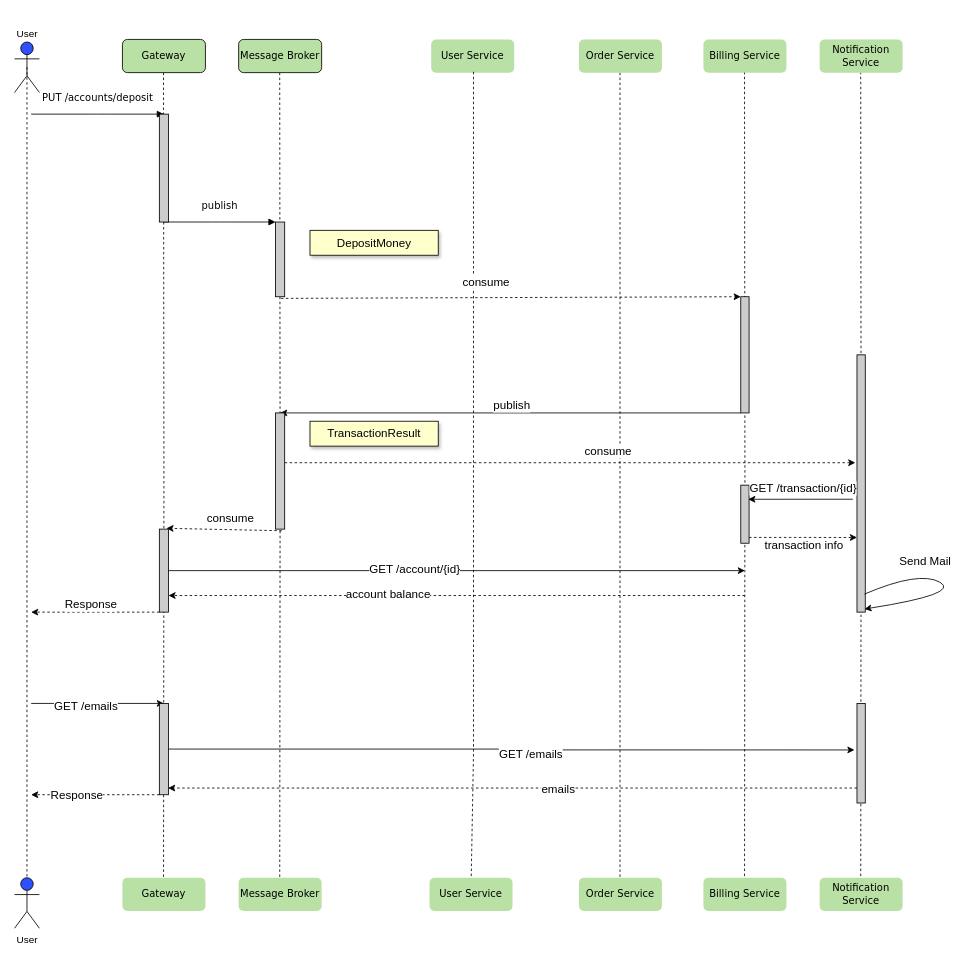
This is page "DepositMoney" (3 of 3) of lab6StreamProcessing/api-spec/event-notifications/EventNotifications.drawio from ezotovCarX/zotov-otus-lab, a draw.io file, before an edit. Source tidied: cells renumbered, new cells numbered last; positions are measured from the earlier drawing's top-left corner, leaving out a move shared by most shapes. Both pictures are drawn from the tidied source at 83%, with x=0, y=0 at pixel (14, 14).
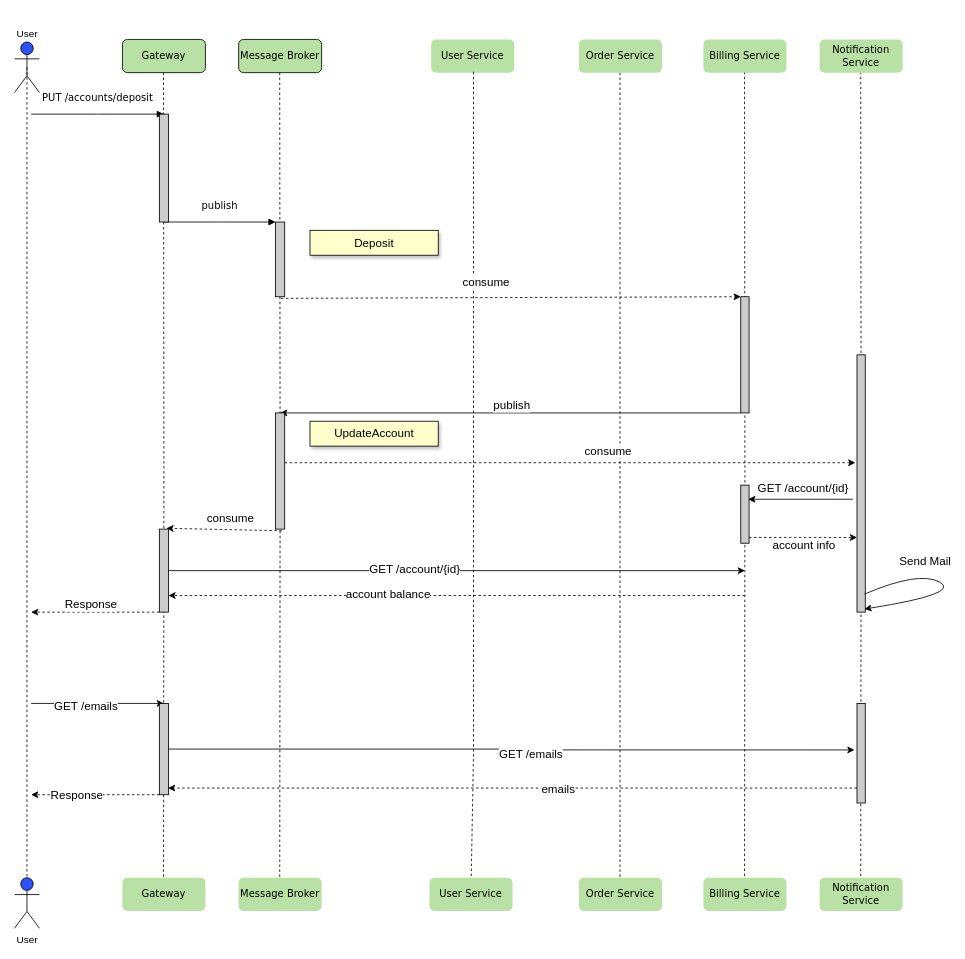
The same page after the edit.

Unchanged cells that the change refers to:
```xml
<mxCell id="42" style="endArrow=classic;html=1;fontSize=14;entryX=0.9;entryY=0.243;entryDx=0;entryDy=0;entryPerimeter=0;" parent="1" edge="1" target="41">
  <mxGeometry relative="1" as="geometry">
    <mxPoint x="1010" y="584" as="sourcePoint" />
  </mxGeometry>
</mxCell>
<mxCell id="44" style="endArrow=classic;html=1;fontSize=14;entryX=0;entryY=0.71;entryDx=0;entryDy=0;entryPerimeter=0;dashed=1;" parent="1" edge="1" source="41" target="7">
  <mxGeometry relative="1" as="geometry">
    <Array as="points">
      <mxPoint x="940" y="630" />
    </Array>
  </mxGeometry>
</mxCell>
```

Diff of the diagram source:
```diff
@@
-    <mxCell id="24" value="DepositMoney" style="rounded=0;whiteSpace=wrap;html=1;shadow=1;fontSize=14;strokeColor=#000000;fillColor=#FFFFCC;" parent="1" vertex="1">
+    <mxCell id="24" value="Deposit" style="rounded=0;whiteSpace=wrap;html=1;shadow=1;fontSize=14;strokeColor=#000000;fillColor=#FFFFCC;" parent="1" vertex="1">
       <mxGeometry x="356" y="260" width="154.5" height="30" as="geometry" />
     </mxCell>
@@
-    <mxCell id="40" value="TransactionResult" style="rounded=0;whiteSpace=wrap;html=1;shadow=1;fontSize=14;strokeColor=#000000;fillColor=#FFFFCC;" parent="1" vertex="1">
+    <mxCell id="40" value="UpdateAccount" style="rounded=0;whiteSpace=wrap;html=1;shadow=1;fontSize=14;strokeColor=#000000;fillColor=#FFFFCC;" parent="1" vertex="1">
       <mxGeometry x="356" y="490" width="154.5" height="30" as="geometry" />
     </mxCell>
@@
-    <mxCell id="43" value="GET /transaction/{id}" style="edgeLabel;html=1;align=center;verticalAlign=middle;fontSize=14;" parent="42" vertex="1">
+    <mxCell id="43" value="GET /account/{id}" style="edgeLabel;html=1;align=center;verticalAlign=middle;fontSize=14;" parent="42" vertex="1">
       <mxGeometry x="0.71" relative="1" as="geometry">
         <mxPoint x="47" y="-14" as="offset" />
       </mxGeometry>
     </mxCell>
@@
-    <mxCell id="45" value="transaction info" style="edgeLabel;html=1;align=center;verticalAlign=middle;fontSize=14;" parent="44" vertex="1">
+    <mxCell id="45" value="account info" style="edgeLabel;html=1;align=center;verticalAlign=middle;fontSize=14;" parent="44" vertex="1">
       <mxGeometry x="-0.25" relative="1" as="geometry">
         <mxPoint x="16" y="9" as="offset" />
       </mxGeometry>
     </mxCell>
```
